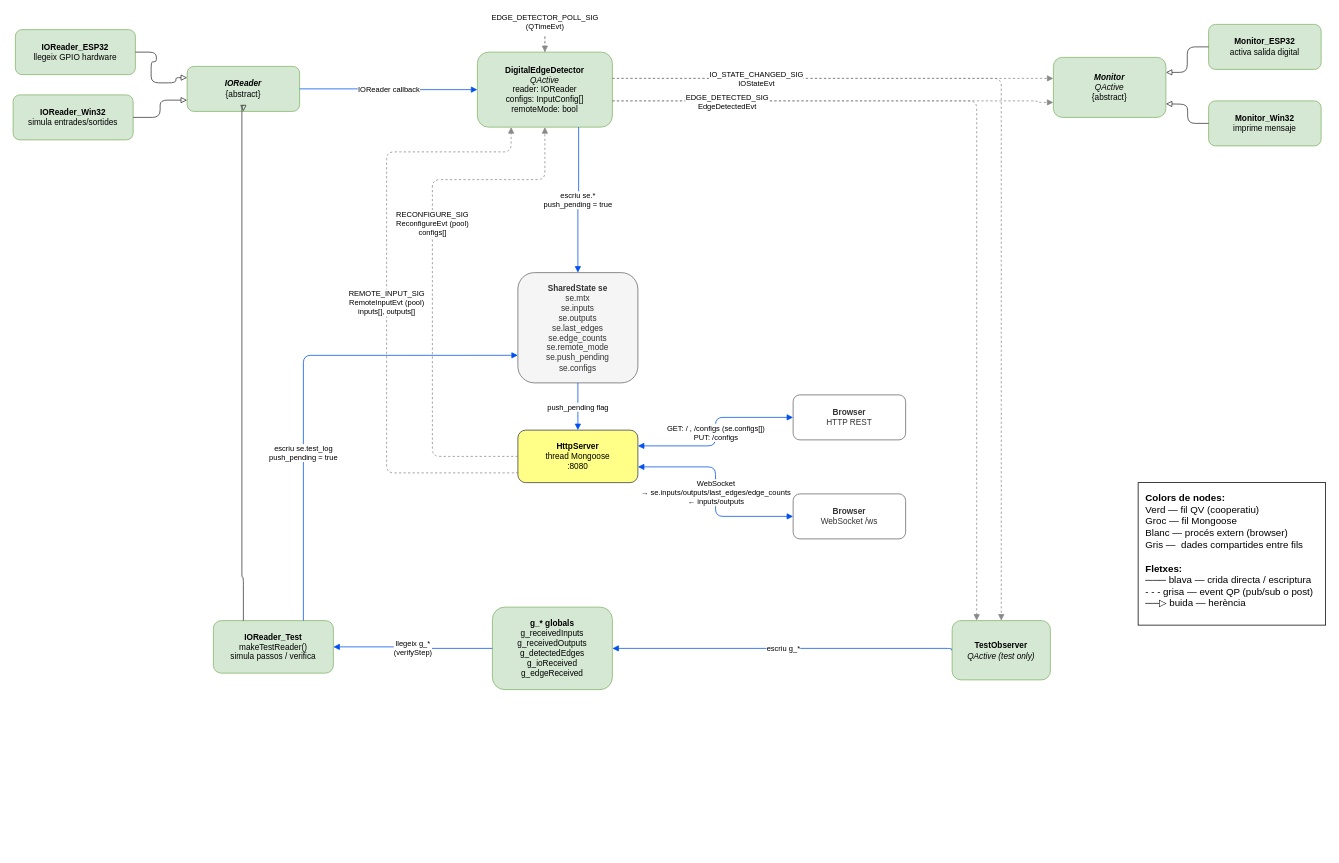
Above: docs/sistema.drawio in peperono/digital_inputs_detector (draw.io), before the change. Source tidied: cells renumbered, new cells numbered last; positions are measured from the earlier drawing's top-left corner, leaving out a move shared by most shapes. Both pictures are drawn from the tidied source at 75%, with x=0, y=0 at pixel (13, 22).
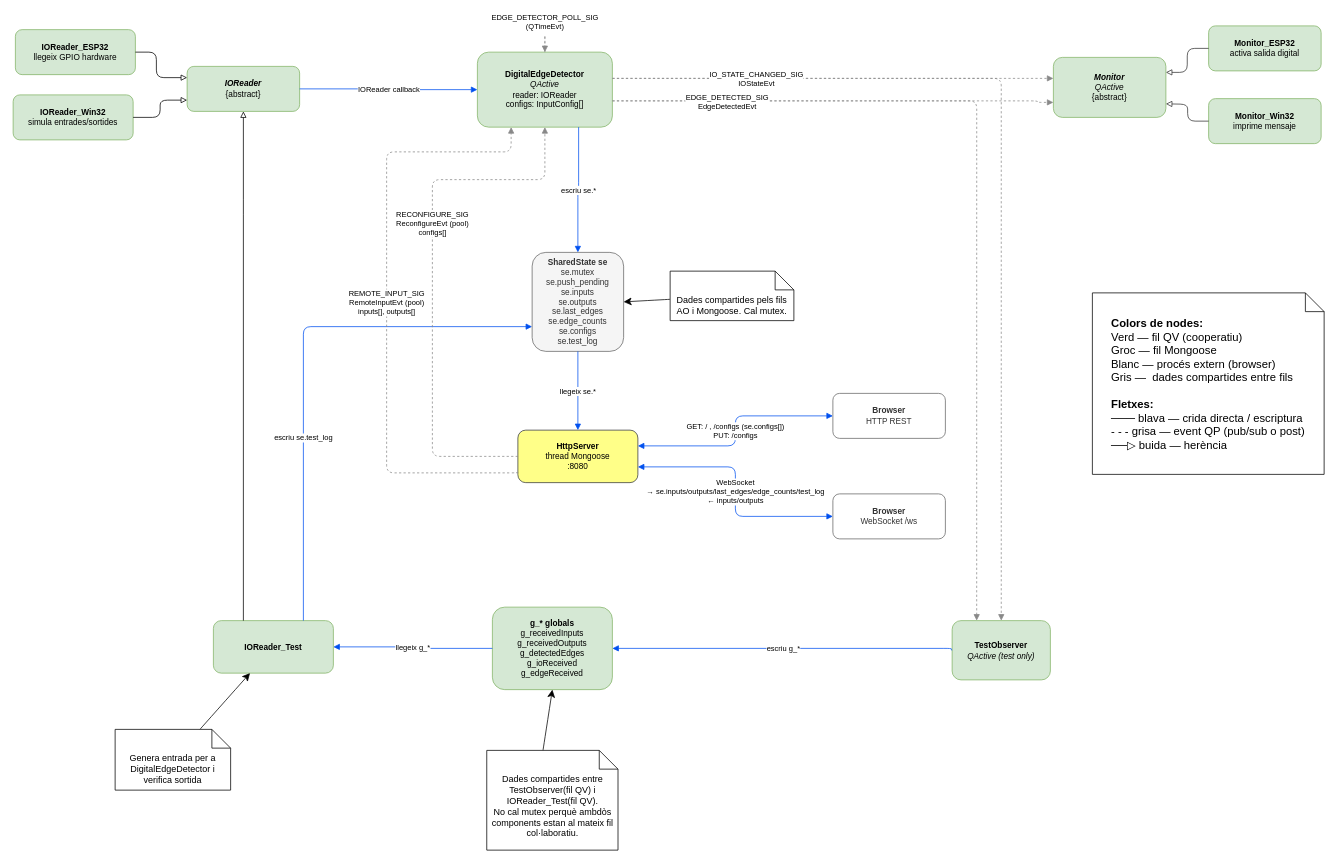
The same diagram, later.

Commit message (it also covers changes not shown here):
Eliminar se.remote_mode no utilitzat; corregir comentari SharedState; actualitzar diagrama

Unchanged cells that the change refers to:
```xml
<mxCell id="2" value="&lt;b&gt;&lt;i&gt;IOReader&lt;/i&gt;&lt;/b&gt;&lt;div&gt;{abstract}&lt;/div&gt;" style="rounded=1;whiteSpace=wrap;html=1;fillColor=#d5e8d4;strokeColor=#82b366;fontSize=11;" parent="1" vertex="1">
  <mxGeometry x="232" y="59" width="150" height="60" as="geometry" />
</mxCell>
<mxCell id="3" value="&lt;b&gt;IOReader_ESP32&lt;/b&gt;&lt;div&gt;llegeix GPIO hardware&lt;/div&gt;" style="rounded=1;whiteSpace=wrap;html=1;fillColor=#d5e8d4;strokeColor=#82b366;fontSize=11;" parent="1" vertex="1">
  <mxGeometry x="3" y="10" width="160" height="60" as="geometry" />
</mxCell>
<mxCell id="4" value="&lt;b&gt;IOReader_Win32&lt;/b&gt;&lt;div&gt;simula entrades/sortides&lt;/div&gt;" style="rounded=1;whiteSpace=wrap;html=1;fillColor=#d5e8d4;strokeColor=#82b366;fontSize=11;" parent="1" vertex="1">
  <mxGeometry y="97" width="160" height="60" as="geometry" />
</mxCell>
<mxCell id="21" value="&lt;b&gt;HttpServer&lt;/b&gt;&lt;div&gt;thread Mongoose&lt;/div&gt;&lt;div&gt;:8080&lt;/div&gt;" style="rounded=1;whiteSpace=wrap;html=1;fillColor=#ffff88;strokeColor=#36393d;fontSize=11;" parent="1" vertex="1">
  <mxGeometry x="673" y="544" width="160" height="70" as="geometry" />
</mxCell>
<mxCell id="33" value="&lt;b&gt;g_* globals&lt;/b&gt;&lt;div&gt;g_receivedInputs&lt;/div&gt;&lt;div&gt;g_receivedOutputs&lt;/div&gt;&lt;div&gt;g_detectedEdges&lt;/div&gt;&lt;div&gt;g_ioReceived&lt;/div&gt;&lt;div&gt;g_edgeReceived&lt;/div&gt;" style="rounded=1;whiteSpace=wrap;html=1;fillColor=#d5e8d4;strokeColor=#82b366;fontSize=11;" parent="1" vertex="1">
  <mxGeometry x="639" y="780" width="160" height="110" as="geometry" />
</mxCell>
```

Change to the diagram source:
```diff
@@
-    <mxCell id="5" value="&lt;b&gt;IOReader_Test&lt;/b&gt;&lt;div&gt;makeTestReader()&lt;/div&gt;&lt;div&gt;simula passos / verifica&lt;/div&gt;" style="rounded=1;whiteSpace=wrap;html=1;fillColor=#d5e8d4;strokeColor=#82b366;fontSize=11;" parent="1" vertex="1">
+    <mxCell id="5" value="&lt;b&gt;IOReader_Test&lt;/b&gt;" style="rounded=1;whiteSpace=wrap;html=1;fillColor=#d5e8d4;strokeColor=#82b366;fontSize=11;" parent="1" vertex="1">
       <mxGeometry x="267" y="798" width="160" height="70" as="geometry" />
     </mxCell>
-    <mxCell id="6" style="edgeStyle=orthogonalEdgeStyle;html=1;fontSize=10;strokeColor=#333333;endArrow=block;endFill=0;exitX=0.25;exitY=0;exitDx=0;exitDy=0;entryX=0.5;entryY=1;entryDx=0;entryDy=0;" parent="1" edge="1" source="5" target="2">
+    <mxCell id="6" style="edgeStyle=orthogonalEdgeStyle;html=1;fontSize=10;strokeColor=#000000;endArrow=block;endFill=0;exitX=0.25;exitY=0;exitDx=0;exitDy=0;entryX=0.5;entryY=1;entryDx=0;entryDy=0;" parent="1" edge="1" source="5" target="2">
       <mxGeometry relative="1" as="geometry">
         <Array as="points">
-          <mxPoint x="305" y="740" />
-          <mxPoint x="305" y="111" />
-          <mxPoint x="307" y="111" />
+          <mxPoint x="307" y="246" />
+          <mxPoint x="307" y="246" />
         </Array>
       </mxGeometry>
     </mxCell>
-    <mxCell id="7" value="escriu se.test_log&lt;div&gt;push_pending = true&lt;/div&gt;" style="edgeStyle=orthogonalEdgeStyle;html=1;fontSize=10;strokeColor=#0050ef;endArrow=block;endFill=1;exitX=0.75;exitY=0;exitDx=0;exitDy=0;entryX=0;entryY=0.75;entryDx=0;entryDy=0;" parent="1" edge="1" source="5" target="20">
+    <mxCell id="7" value="escriu se.test_log" style="edgeStyle=orthogonalEdgeStyle;html=1;fontSize=10;strokeColor=#0050ef;endArrow=block;endFill=1;exitX=0.75;exitY=0;exitDx=0;exitDy=0;entryX=0;entryY=0.75;entryDx=0;entryDy=0;" parent="1" edge="1" source="5" target="20">
       <mxGeometry x="-0.3" relative="1" as="geometry">
         <Array as="points">
-          <mxPoint x="387" y="444" />
+          <mxPoint x="387" y="406" />
         </Array>
       </mxGeometry>
     </mxCell>
-    <mxCell id="8" style="edgeStyle=orthogonalEdgeStyle;html=1;fontSize=10;strokeColor=#333333;endArrow=block;endFill=0;exitX=1;exitY=0.5;exitDx=0;exitDy=0;entryX=0;entryY=0.25;entryDx=0;entryDy=0;" parent="1" edge="1" source="3" target="2">
+    <mxCell id="8" style="edgeStyle=orthogonalEdgeStyle;html=1;fontSize=10;strokeColor=#000000;endArrow=block;endFill=0;exitX=1;exitY=0.5;exitDx=0;exitDy=0;entryX=0;entryY=0.25;entryDx=0;entryDy=0;" parent="1" edge="1" source="3" target="2">
       <mxGeometry relative="1" as="geometry">
         <Array as="points">
           <mxPoint x="191" y="40" />
-          <mxPoint x="191" y="53" />
-          <mxPoint x="184" y="53" />
-          <mxPoint x="184" y="81" />
-          <mxPoint x="217" y="81" />
-          <mxPoint x="217" y="74" />
+          <mxPoint x="191" y="74" />
         </Array>
       </mxGeometry>
     </mxCell>
-    <mxCell id="9" style="edgeStyle=orthogonalEdgeStyle;html=1;fontSize=10;strokeColor=#333333;endArrow=block;endFill=0;entryX=0;entryY=0.75;entryDx=0;entryDy=0;" parent="1" edge="1" source="4" target="2">
+    <mxCell id="9" style="edgeStyle=orthogonalEdgeStyle;html=1;fontSize=10;strokeColor=#000000;endArrow=block;endFill=0;entryX=0;entryY=0.75;entryDx=0;entryDy=0;" parent="1" edge="1" source="4" target="2">
       <mxGeometry relative="1" as="geometry" />
     </mxCell>
-    <mxCell id="10" value="&lt;b&gt;DigitalEdgeDetector&lt;/b&gt;&lt;div&gt;&lt;i&gt;QActive&lt;/i&gt;&lt;/div&gt;&lt;div&gt;reader: IOReader&lt;/div&gt;&lt;div&gt;configs: InputConfig[]&lt;/div&gt;&lt;div&gt;remoteMode: bool&lt;/div&gt;" style="rounded=1;whiteSpace=wrap;html=1;fillColor=#d5e8d4;strokeColor=#82b366;fontSize=11;" parent="1" vertex="1">
+    <mxCell id="10" value="&lt;b&gt;DigitalEdgeDetector&lt;/b&gt;&lt;div&gt;&lt;i&gt;QActive&lt;/i&gt;&lt;/div&gt;&lt;div&gt;reader: IOReader&lt;/div&gt;&lt;div&gt;configs: InputConfig[]&lt;/div&gt;" style="rounded=1;whiteSpace=wrap;html=1;fillColor=#d5e8d4;strokeColor=#82b366;fontSize=11;" parent="1" vertex="1">
       <mxGeometry x="619" y="40" width="180" height="100" as="geometry" />
     </mxCell>
@@
     <mxCell id="12" value="&lt;b&gt;Monitor_Win32&lt;/b&gt;&lt;div&gt;imprime mensaje&lt;/div&gt;" style="rounded=1;whiteSpace=wrap;html=1;fillColor=#d5e8d4;strokeColor=#82b366;fontSize=11;" parent="1" vertex="1">
-      <mxGeometry x="1594" y="105" width="150" height="60" as="geometry" />
+      <mxGeometry x="1594" y="102" width="150" height="60" as="geometry" />
     </mxCell>
     <mxCell id="13" value="&lt;b&gt;Monitor_ESP32&lt;/b&gt;&lt;div&gt;activa salida digital&lt;/div&gt;" style="rounded=1;whiteSpace=wrap;html=1;fillColor=#d5e8d4;strokeColor=#82b366;fontSize=11;" parent="1" vertex="1">
-      <mxGeometry x="1594" y="3" width="150" height="60" as="geometry" />
+      <mxGeometry x="1594" y="5" width="150" height="60" as="geometry" />
     </mxCell>
@@
-    <mxCell id="20" value="&lt;b&gt;SharedState se&lt;/b&gt;&lt;div&gt;se.mtx&lt;/div&gt;&lt;div&gt;se.inputs&lt;/div&gt;&lt;div&gt;se.outputs&lt;/div&gt;&lt;div&gt;se.last_edges&lt;/div&gt;&lt;div&gt;se.edge_counts&lt;/div&gt;&lt;div&gt;se.remote_mode&lt;/div&gt;&lt;div&gt;se.push_pending&lt;/div&gt;&lt;div&gt;se.configs&lt;/div&gt;" style="rounded=1;whiteSpace=wrap;html=1;fillColor=#f5f5f5;strokeColor=#666666;fontSize=11;fontColor=#333333;" parent="1" vertex="1">
-      <mxGeometry x="673" y="334" width="160" height="147" as="geometry" />
+    <mxCell id="20" value="&lt;b&gt;SharedState se&lt;/b&gt;&lt;div&gt;&lt;span style=&quot;background-color: transparent; color: light-dark(rgb(51, 51, 51), rgb(193, 193, 193));&quot;&gt;se.mutex&lt;/span&gt;&lt;/div&gt;&lt;div&gt;&lt;span style=&quot;background-color: transparent; color: light-dark(rgb(51, 51, 51), rgb(193, 193, 193));&quot;&gt;se.push_pending&lt;/span&gt;&lt;/div&gt;&lt;div&gt;&lt;span style=&quot;background-color: transparent; color: light-dark(rgb(51, 51, 51), rgb(193, 193, 193));&quot;&gt;se.inputs&lt;/span&gt;&lt;/div&gt;&lt;div&gt;se.outputs&lt;/div&gt;&lt;div&gt;se.last_edges&lt;/div&gt;&lt;div&gt;se.edge_counts&lt;/div&gt;&lt;div&gt;&lt;span style=&quot;background-color: transparent; color: light-dark(rgb(51, 51, 51), rgb(193, 193, 193));&quot;&gt;se.configs&lt;/span&gt;&lt;/div&gt;&lt;div&gt;&lt;span style=&quot;background-color: transparent; color: light-dark(rgb(51, 51, 51), rgb(193, 193, 193));&quot;&gt;se.test_log&lt;/span&gt;&lt;/div&gt;" style="rounded=1;whiteSpace=wrap;html=1;fillColor=#f5f5f5;strokeColor=#666666;fontSize=11;fontColor=#333333;" parent="1" vertex="1">
+      <mxGeometry x="692" y="307" width="122" height="132" as="geometry" />
     </mxCell>
@@
     <mxCell id="22" value="&lt;b&gt;Browser&lt;/b&gt;&lt;div&gt;WebSocket /ws&lt;/div&gt;" style="rounded=1;whiteSpace=wrap;html=1;fillColor=#ffffff;strokeColor=#666666;fontColor=#333333;fontSize=11;" parent="1" vertex="1">
-      <mxGeometry x="1040" y="629" width="150" height="60" as="geometry" />
+      <mxGeometry x="1093" y="629" width="150" height="60" as="geometry" />
     </mxCell>
     <mxCell id="23" value="&lt;b&gt;Browser&lt;/b&gt;&lt;div&gt;HTTP REST&lt;/div&gt;" style="rounded=1;whiteSpace=wrap;html=1;fillColor=#ffffff;strokeColor=#666666;fontColor=#333333;fontSize=11;" parent="1" vertex="1">
-      <mxGeometry x="1040" y="497" width="150" height="60" as="geometry" />
+      <mxGeometry x="1093" y="495" width="150" height="60" as="geometry" />
     </mxCell>
-    <mxCell id="24" value="push_pending flag" style="edgeStyle=orthogonalEdgeStyle;html=1;fontSize=10;strokeColor=#0050ef;endArrow=block;endFill=1;exitX=0.5;exitY=1;exitDx=0;exitDy=0;entryX=0.5;entryY=0;entryDx=0;entryDy=0;" parent="1" edge="1" source="20" target="21">
+    <mxCell id="24" value="llegeix se.*" style="edgeStyle=orthogonalEdgeStyle;html=1;fontSize=10;strokeColor=#0050ef;endArrow=block;endFill=1;exitX=0.5;exitY=1;exitDx=0;exitDy=0;entryX=0.5;entryY=0;entryDx=0;entryDy=0;" parent="1" edge="1" source="20" target="21">
       <mxGeometry relative="1" as="geometry" />
     </mxCell>
-    <mxCell id="25" value="WebSocket&lt;div&gt;→ se.inputs/outputs/last_edges/edge_counts&lt;/div&gt;&lt;div&gt;← inputs/outputs&lt;/div&gt;" style="edgeStyle=orthogonalEdgeStyle;html=1;fontSize=10;strokeColor=#0050ef;startArrow=block;startFill=1;endArrow=block;endFill=1;exitX=1;exitY=0.7;exitDx=0;exitDy=0;entryX=0;entryY=0.5;entryDx=0;entryDy=0;" parent="1" edge="1" source="21" target="22">
+    <mxCell id="25" value="WebSocket&lt;div&gt;→ se.inputs/outputs/last_edges/edge_counts/test_log&lt;/div&gt;&lt;div&gt;← inputs/outputs&lt;/div&gt;" style="edgeStyle=orthogonalEdgeStyle;html=1;fontSize=10;strokeColor=#0050ef;startArrow=block;startFill=1;endArrow=block;endFill=1;exitX=1;exitY=0.7;exitDx=0;exitDy=0;entryX=0;entryY=0.5;entryDx=0;entryDy=0;" parent="1" edge="1" source="21" target="22">
       <mxGeometry relative="1" as="geometry" />
     </mxCell>
@@
-    <mxCell id="28" value="escriu se.*&lt;div&gt;push_pending = true&lt;/div&gt;" style="edgeStyle=orthogonalEdgeStyle;html=1;fontSize=10;strokeColor=#0050ef;endArrow=block;endFill=1;exitX=0.75;exitY=1;exitDx=0;exitDy=0;entryX=0.5;entryY=0;entryDx=0;entryDy=0;" parent="1" edge="1" source="10" target="20">
+    <mxCell id="28" value="escriu se.*" style="edgeStyle=orthogonalEdgeStyle;html=1;fontSize=10;strokeColor=#0050ef;endArrow=block;endFill=1;exitX=0.75;exitY=1;exitDx=0;exitDy=0;entryX=0.5;entryY=0;entryDx=0;entryDy=0;" parent="1" edge="1" source="10" target="20">
       <mxGeometry relative="1" as="geometry" />
     </mxCell>
@@
-    <mxCell id="35" value="llegeix g_*&lt;div&gt;(verifyStep)&lt;/div&gt;" style="edgeStyle=orthogonalEdgeStyle;html=1;fontSize=10;strokeColor=#0050ef;endArrow=block;endFill=1;" parent="1" edge="1" source="33" target="5">
+    <mxCell id="35" value="llegeix g_*" style="edgeStyle=orthogonalEdgeStyle;html=1;fontSize=10;strokeColor=#0050ef;endArrow=block;endFill=1;" parent="1" edge="1" source="33" target="5">
       <mxGeometry relative="1" as="geometry" />
     </mxCell>
+    <mxCell id="37" style="edgeStyle=none;curved=1;rounded=0;jettySize=auto;html=1;entryX=1;entryY=0.5;entryDx=0;entryDy=0;fontSize=12;startSize=8;endSize=8;" parent="1" edge="1" source="38" target="20">
+      <mxGeometry relative="1" as="geometry" />
+    </mxCell>
+    <mxCell id="38" value="Dades compartides pels fils AO i Mongoose. Cal mutex." style="shape=note2;boundedLbl=1;whiteSpace=wrap;html=1;size=25;verticalAlign=top;align=center;" parent="1" vertex="1">
+      <mxGeometry x="876" y="332" width="165" height="66" as="geometry" />
+    </mxCell>
+    <mxCell id="39" style="edgeStyle=none;curved=1;rounded=0;jettySize=auto;html=1;fontSize=12;startSize=8;endSize=8;" parent="1" edge="1" source="40" target="5">
+      <mxGeometry relative="1" as="geometry" />
+    </mxCell>
+    <mxCell id="40" value="Genera entrada per a DigitalEdgeDetector i verifica sortida" style="shape=note2;boundedLbl=1;whiteSpace=wrap;html=1;size=25;verticalAlign=top;align=center;" parent="1" vertex="1">
+      <mxGeometry x="136" y="943" width="154" height="81" as="geometry" />
+    </mxCell>
+    <mxCell id="41" style="edgeStyle=none;curved=1;rounded=0;jettySize=auto;html=1;exitX=0;exitY=0;exitDx=75;exitDy=0;exitPerimeter=0;entryX=0.5;entryY=1;entryDx=0;entryDy=0;fontSize=12;startSize=8;endSize=8;" parent="1" edge="1" source="42" target="33">
+      <mxGeometry relative="1" as="geometry" />
+    </mxCell>
+    <mxCell id="42" value="Dades compartides entre TestObserver(fil QV) i IOReader_Test(fil QV).&lt;div&gt;No cal mutex perquè ambdòs components estan al mateix fil col·laboratiu.&lt;/div&gt;" style="shape=note2;boundedLbl=1;whiteSpace=wrap;html=1;size=25;verticalAlign=top;align=center;" parent="1" vertex="1">
+      <mxGeometry x="631.5" y="971" width="175" height="133" as="geometry" />
+    </mxCell>
-    <mxCell id="36" value="&lt;div&gt;&lt;b&gt;&lt;font style=&quot;font-size: 13px;&quot;&gt;Colors de nodes:&lt;/font&gt;&lt;/b&gt;&lt;/div&gt;&lt;div&gt;&lt;font style=&quot;font-size: 13px;&quot;&gt;Verd — fil QV (cooperatiu)&lt;/font&gt;&lt;/div&gt;&lt;div&gt;&lt;font style=&quot;font-size: 13px;&quot;&gt;Groc — fil Mongoose&lt;/font&gt;&lt;/div&gt;&lt;div&gt;&lt;font style=&quot;font-size: 13px;&quot;&gt;Blanc — procés extern (browser)&lt;/font&gt;&lt;/div&gt;&lt;div&gt;&lt;font style=&quot;font-size: 13px;&quot;&gt;Gris —&amp;nbsp; dades compartides entre fils&lt;/font&gt;&lt;/div&gt;&lt;div&gt;&lt;font style=&quot;font-size: 13px;&quot;&gt;&lt;br&gt;&lt;/font&gt;&lt;/div&gt;&lt;div&gt;&lt;b&gt;&lt;font style=&quot;font-size: 13px;&quot;&gt;Fletxes:&lt;/font&gt;&lt;/b&gt;&lt;/div&gt;&lt;div&gt;&lt;font style=&quot;font-size: 13px;&quot;&gt;─── blava — crida directa / escriptura&lt;/font&gt;&lt;/div&gt;&lt;div&gt;&lt;font style=&quot;font-size: 13px;&quot;&gt;- - - grisa — event QP (pub/sub o post)&lt;/font&gt;&lt;/div&gt;&lt;div&gt;&lt;font style=&quot;font-size: 13px;&quot;&gt;──▷ buida — herència&lt;/font&gt;&lt;/div&gt;" style="rounded=0;whiteSpace=wrap;html=1;fontSize=10;align=left;verticalAlign=top;spacingLeft=8;spacingTop=6;" parent="1" vertex="1">
-      <mxGeometry x="1500" y="614" width="250" height="190" as="geometry" />
+    <mxCell id="36" value="&lt;div style=&quot;font-size: 10px; text-align: left;&quot;&gt;&lt;b&gt;&lt;font style=&quot;font-size: 15px;&quot;&gt;Colors de nodes:&lt;/font&gt;&lt;/b&gt;&lt;/div&gt;&lt;div style=&quot;font-size: 10px; text-align: left;&quot;&gt;&lt;font style=&quot;font-size: 15px;&quot;&gt;Verd — fil QV (cooperatiu)&lt;/font&gt;&lt;/div&gt;&lt;div style=&quot;font-size: 10px; text-align: left;&quot;&gt;&lt;font style=&quot;font-size: 15px;&quot;&gt;Groc — fil Mongoose&lt;/font&gt;&lt;/div&gt;&lt;div style=&quot;font-size: 10px; text-align: left;&quot;&gt;&lt;font style=&quot;font-size: 15px;&quot;&gt;Blanc — procés extern (browser)&lt;/font&gt;&lt;/div&gt;&lt;div style=&quot;font-size: 10px; text-align: left;&quot;&gt;&lt;font style=&quot;font-size: 15px;&quot;&gt;Gris —&amp;nbsp; dades compartides entre fils&lt;/font&gt;&lt;/div&gt;&lt;div style=&quot;font-size: 10px; text-align: left;&quot;&gt;&lt;font style=&quot;font-size: 15px;&quot;&gt;&lt;br&gt;&lt;/font&gt;&lt;/div&gt;&lt;div style=&quot;font-size: 10px; text-align: left;&quot;&gt;&lt;b&gt;&lt;font style=&quot;font-size: 15px;&quot;&gt;Fletxes:&lt;/font&gt;&lt;/b&gt;&lt;/div&gt;&lt;div style=&quot;font-size: 10px; text-align: left;&quot;&gt;&lt;font style=&quot;font-size: 15px;&quot;&gt;─── blava — crida directa / escriptura&lt;/font&gt;&lt;/div&gt;&lt;div style=&quot;font-size: 10px; text-align: left;&quot;&gt;&lt;font style=&quot;font-size: 15px;&quot;&gt;- - - grisa — event QP (pub/sub o post)&lt;/font&gt;&lt;/div&gt;&lt;div style=&quot;font-size: 10px; text-align: left;&quot;&gt;&lt;font style=&quot;font-size: 15px;&quot;&gt;──▷ buida — herència&lt;/font&gt;&lt;/div&gt;" style="shape=note2;boundedLbl=1;whiteSpace=wrap;html=1;size=25;verticalAlign=top;align=center;" parent="1" vertex="1">
+      <mxGeometry x="1439" y="361" width="309" height="242" as="geometry" />
     </mxCell>
```
